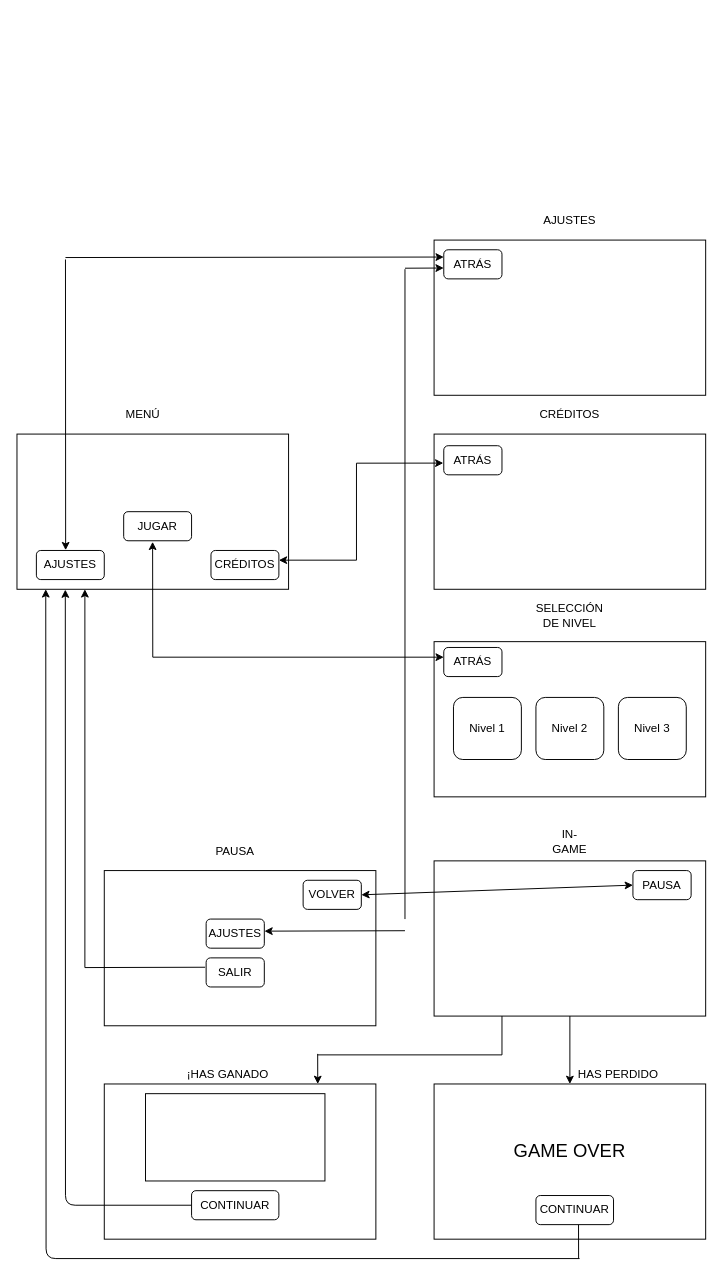
Earlier version of the draw.io diagram Documentation/DiagramaPantallas.drawio (RodillosGamingStudio/HackingTowerDefense). Source tidied: cells renumbered, new cells numbered last; positions are measured from the earlier drawing's top-left corner, leaving out a move shared by most shapes. Both pictures are drawn from the tidied source at 97%, with x=0, y=0 at pixel (16, 210).
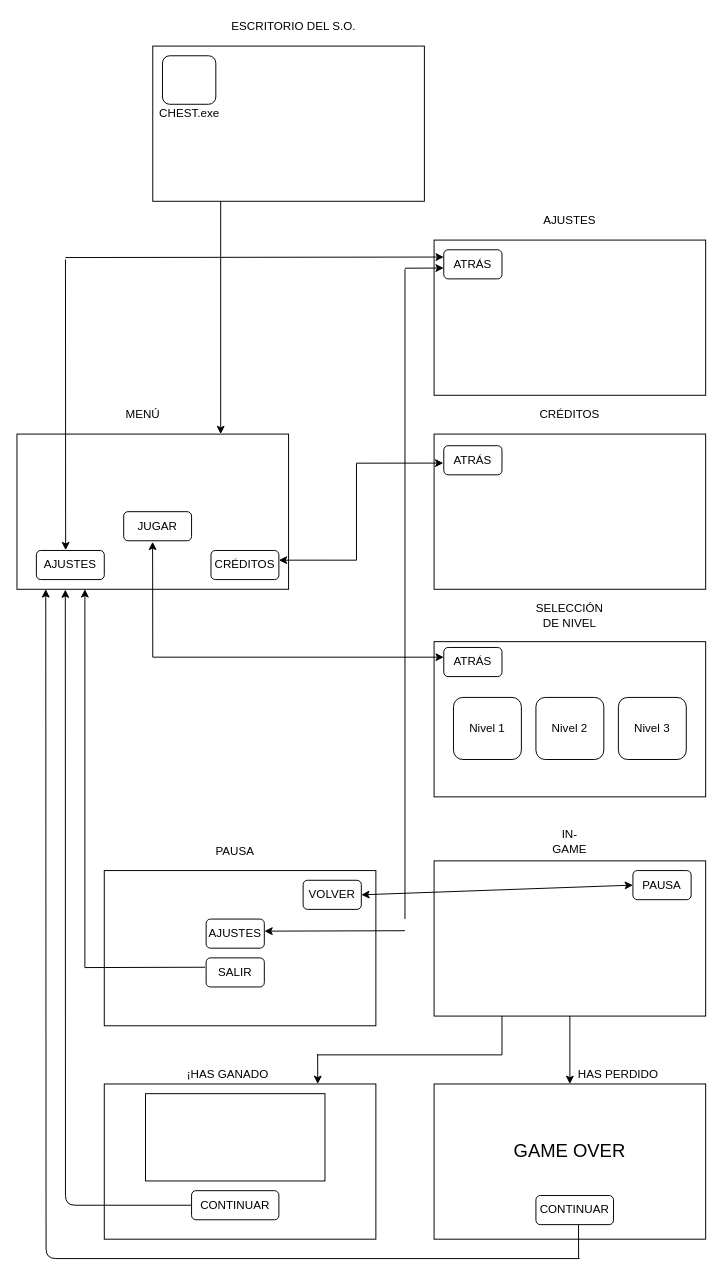
Above is the later version.

Commit message:
Diagrama de pantallas actualizado

The change refers to these unchanged cells:
```xml
<mxCell id="2" style="rounded=0;whiteSpace=wrap;html=1;" parent="1" vertex="1">
  <mxGeometry y="230" width="280" height="160" as="geometry" />
</mxCell>
```

Change to the diagram source:
```diff
@@
+    <mxCell id="70" style="rounded=0;whiteSpace=wrap;html=1;" parent="1" vertex="1">
+      <mxGeometry x="140" y="-170" width="280" height="160" as="geometry" />
+    </mxCell>
+    <mxCell id="71" value="ESCRITORIO DEL S.O." style="text;html=1;strokeColor=none;fillColor=none;align=center;verticalAlign=middle;whiteSpace=wrap;rounded=0;" parent="1" vertex="1">
+      <mxGeometry x="208.5" y="-200" width="153" height="20" as="geometry" />
+    </mxCell>
+    <mxCell id="72" style="rounded=1;whiteSpace=wrap;html=1;" parent="1" vertex="1">
+      <mxGeometry x="150" y="-160" width="55" height="50" as="geometry" />
+    </mxCell>
+    <mxCell id="73" value="CHEST.exe" style="text;html=1;strokeColor=none;fillColor=none;align=center;verticalAlign=middle;whiteSpace=wrap;rounded=0;" parent="1" vertex="1">
+      <mxGeometry x="157.5" y="-110" width="40" height="20" as="geometry" />
+    </mxCell>
+    <mxCell id="74" style="endArrow=classic;html=1;exitX=0.25;exitY=1;exitDx=0;exitDy=0;entryX=0.75;entryY=0;entryDx=0;entryDy=0;" parent="1" edge="1" source="70" target="2">
+      <mxGeometry relative="1" as="geometry" />
+    </mxCell>
```
